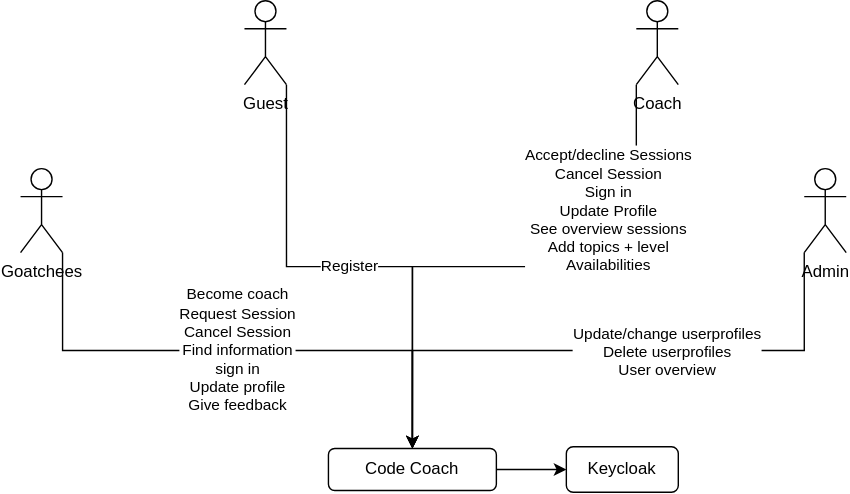
Before: documentation/context-diagram.svg, a diagram exported from draw.io (J-chem/codecoach_lucia_and_the_dwaynians). Source tidied: cells renumbered, new cells last; positions are measured from the earlier drawing's top-left corner, leaving out a move shared by most shapes. The source it was exported from:
```xml
<mxGraphModel>
  <root>
    <mxCell id="0" />
    <mxCell id="1" parent="0" />
    <mxCell id="2" style="edgeStyle=orthogonalEdgeStyle;rounded=0;jettySize=auto;html=1;exitX=1;exitY=0.5;exitDx=0;exitDy=0;" parent="1" edge="1" source="3" target="13">
      <mxGeometry relative="1" as="geometry" />
    </mxCell>
    <mxCell id="3" value="Code Coach" style="rounded=1;whiteSpace=wrap;html=1;" parent="1" vertex="1">
      <mxGeometry x="220" y="320" width="120" height="30" as="geometry" />
    </mxCell>
    <mxCell id="4" value="Become coach&lt;br&gt;Request Session&lt;br&gt;Cancel Session&lt;br&gt;Find information&lt;br&gt;sign in&lt;br&gt;Update profile&lt;br&gt;Give feedback" style="edgeStyle=orthogonalEdgeStyle;rounded=0;jettySize=auto;html=1;exitX=1;exitY=1;exitDx=0;exitDy=0;exitPerimeter=0;entryX=0.5;entryY=0;entryDx=0;entryDy=0;" parent="1" edge="1" source="5" target="3">
      <mxGeometry relative="1" as="geometry" />
    </mxCell>
    <mxCell id="5" value="Goatchees" style="shape=umlActor;verticalLabelPosition=bottom;verticalAlign=top;html=1;outlineConnect=0;" parent="1" vertex="1">
      <mxGeometry y="120" width="30" height="60" as="geometry" />
    </mxCell>
    <mxCell id="6" value="Accept/decline Sessions&lt;br&gt;Cancel Session&lt;br&gt;Sign in&lt;br&gt;Update Profile&lt;br&gt;See overview sessions&lt;br&gt;Add topics + level&lt;br&gt;Availabilities" style="edgeStyle=orthogonalEdgeStyle;rounded=0;jettySize=auto;html=1;exitX=0;exitY=1;exitDx=0;exitDy=0;exitPerimeter=0;" parent="1" edge="1" source="7">
      <mxGeometry x="-0.57" y="-20" relative="1" as="geometry">
        <mxPoint x="280" y="320" as="targetPoint" />
      </mxGeometry>
    </mxCell>
    <mxCell id="7" value="Coach" style="shape=umlActor;verticalLabelPosition=bottom;verticalAlign=top;html=1;outlineConnect=0;" parent="1" vertex="1">
      <mxGeometry x="440" width="30" height="60" as="geometry" />
    </mxCell>
    <mxCell id="8" value="Register" style="edgeStyle=orthogonalEdgeStyle;rounded=0;jettySize=auto;html=1;exitX=1;exitY=1;exitDx=0;exitDy=0;exitPerimeter=0;" parent="1" edge="1" source="9">
      <mxGeometry relative="1" as="geometry">
        <mxPoint x="280" y="320" as="targetPoint" />
      </mxGeometry>
    </mxCell>
    <mxCell id="9" value="Guest" style="shape=umlActor;verticalLabelPosition=bottom;verticalAlign=top;html=1;outlineConnect=0;" parent="1" vertex="1">
      <mxGeometry x="160" width="30" height="60" as="geometry" />
    </mxCell>
    <mxCell id="10" style="edgeStyle=orthogonalEdgeStyle;rounded=0;jettySize=auto;html=1;exitX=0;exitY=1;exitDx=0;exitDy=0;exitPerimeter=0;" parent="1" edge="1" source="12">
      <mxGeometry relative="1" as="geometry">
        <mxPoint x="280" y="320" as="targetPoint" />
      </mxGeometry>
    </mxCell>
    <mxCell id="11" value="Update/change userprofiles&lt;br&gt;Delete userprofiles&lt;br&gt;User overview" style="edgeLabel;html=1;align=center;verticalAlign=middle;" parent="10" vertex="1">
      <mxGeometry x="-0.2" y="1" relative="1" as="geometry" />
    </mxCell>
    <mxCell id="12" value="Admin" style="shape=umlActor;verticalLabelPosition=bottom;verticalAlign=top;html=1;outlineConnect=0;" parent="1" vertex="1">
      <mxGeometry x="560" y="120" width="30" height="60" as="geometry" />
    </mxCell>
    <mxCell id="13" value="Keycloak" style="rounded=1;whiteSpace=wrap;html=1;" parent="1" vertex="1">
      <mxGeometry x="390" y="318.8" width="80" height="32.5" as="geometry" />
    </mxCell>
  </root>
</mxGraphModel>
```
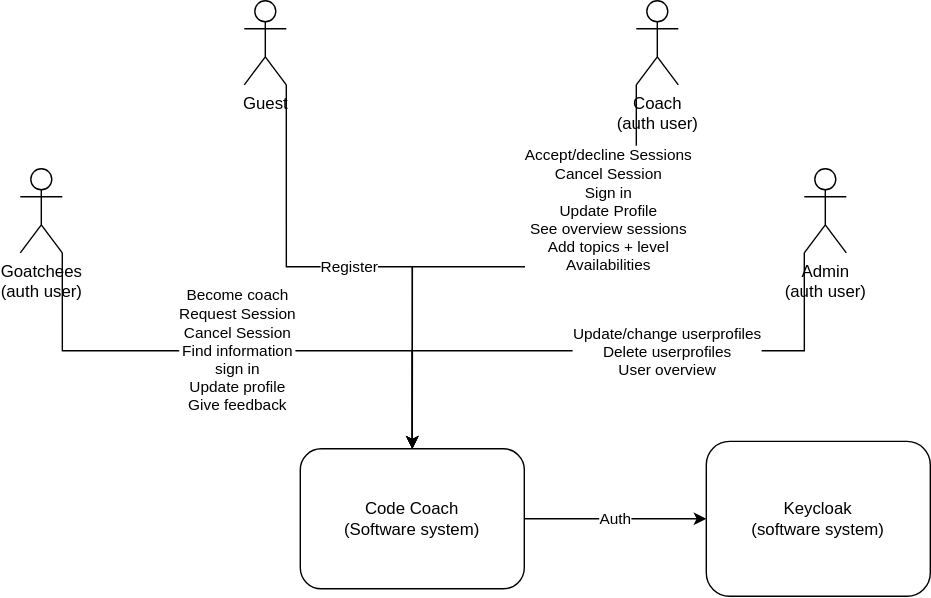
The same file after the commit.

Commit message:
JC - context-diagram

Diff of the diagram source:
```diff
@@ -2,16 +2,16 @@
   <root>
     <mxCell id="0" />
     <mxCell id="1" parent="0" />
-    <mxCell id="2" style="edgeStyle=orthogonalEdgeStyle;rounded=0;jettySize=auto;html=1;exitX=1;exitY=0.5;exitDx=0;exitDy=0;" parent="1" edge="1" source="3" target="13">
+    <mxCell id="2" value="Auth" style="edgeStyle=orthogonalEdgeStyle;rounded=0;jettySize=auto;html=1;exitX=1;exitY=0.5;exitDx=0;exitDy=0;" parent="1" edge="1" source="3" target="13">
       <mxGeometry relative="1" as="geometry" />
     </mxCell>
-    <mxCell id="3" value="Code Coach" style="rounded=1;whiteSpace=wrap;html=1;" parent="1" vertex="1">
-      <mxGeometry x="220" y="320" width="120" height="30" as="geometry" />
+    <mxCell id="3" value="Code Coach&lt;br&gt;(Software system)" style="rounded=1;whiteSpace=wrap;html=1;" parent="1" vertex="1">
+      <mxGeometry x="200" y="320" width="160" height="100" as="geometry" />
     </mxCell>
     <mxCell id="4" value="Become coach&lt;br&gt;Request Session&lt;br&gt;Cancel Session&lt;br&gt;Find information&lt;br&gt;sign in&lt;br&gt;Update profile&lt;br&gt;Give feedback" style="edgeStyle=orthogonalEdgeStyle;rounded=0;jettySize=auto;html=1;exitX=1;exitY=1;exitDx=0;exitDy=0;exitPerimeter=0;entryX=0.5;entryY=0;entryDx=0;entryDy=0;" parent="1" edge="1" source="5" target="3">
       <mxGeometry relative="1" as="geometry" />
     </mxCell>
-    <mxCell id="5" value="Goatchees" style="shape=umlActor;verticalLabelPosition=bottom;verticalAlign=top;html=1;outlineConnect=0;" parent="1" vertex="1">
+    <mxCell id="5" value="Goatchees&lt;br&gt;(auth user)" style="shape=umlActor;verticalLabelPosition=bottom;verticalAlign=top;html=1;outlineConnect=0;" parent="1" vertex="1">
       <mxGeometry y="120" width="30" height="60" as="geometry" />
     </mxCell>
     <mxCell id="6" value="Accept/decline Sessions&lt;br&gt;Cancel Session&lt;br&gt;Sign in&lt;br&gt;Update Profile&lt;br&gt;See overview sessions&lt;br&gt;Add topics + level&lt;br&gt;Availabilities" style="edgeStyle=orthogonalEdgeStyle;rounded=0;jettySize=auto;html=1;exitX=0;exitY=1;exitDx=0;exitDy=0;exitPerimeter=0;" parent="1" edge="1" source="7">
@@ -19,7 +19,7 @@
         <mxPoint x="280" y="320" as="targetPoint" />
       </mxGeometry>
     </mxCell>
-    <mxCell id="7" value="Coach" style="shape=umlActor;verticalLabelPosition=bottom;verticalAlign=top;html=1;outlineConnect=0;" parent="1" vertex="1">
+    <mxCell id="7" value="Coach&lt;br&gt;(auth user)" style="shape=umlActor;verticalLabelPosition=bottom;verticalAlign=top;html=1;outlineConnect=0;" parent="1" vertex="1">
       <mxGeometry x="440" width="30" height="60" as="geometry" />
     </mxCell>
     <mxCell id="8" value="Register" style="edgeStyle=orthogonalEdgeStyle;rounded=0;jettySize=auto;html=1;exitX=1;exitY=1;exitDx=0;exitDy=0;exitPerimeter=0;" parent="1" edge="1" source="9">
@@ -38,11 +38,11 @@
     <mxCell id="11" value="Update/change userprofiles&lt;br&gt;Delete userprofiles&lt;br&gt;User overview" style="edgeLabel;html=1;align=center;verticalAlign=middle;" parent="10" vertex="1">
       <mxGeometry x="-0.2" y="1" relative="1" as="geometry" />
     </mxCell>
-    <mxCell id="12" value="Admin" style="shape=umlActor;verticalLabelPosition=bottom;verticalAlign=top;html=1;outlineConnect=0;" parent="1" vertex="1">
+    <mxCell id="12" value="Admin&lt;br&gt;(auth user)" style="shape=umlActor;verticalLabelPosition=bottom;verticalAlign=top;html=1;outlineConnect=0;" parent="1" vertex="1">
       <mxGeometry x="560" y="120" width="30" height="60" as="geometry" />
     </mxCell>
-    <mxCell id="13" value="Keycloak" style="rounded=1;whiteSpace=wrap;html=1;" parent="1" vertex="1">
-      <mxGeometry x="390" y="318.8" width="80" height="32.5" as="geometry" />
+    <mxCell id="13" value="Keycloak&lt;br&gt;(software system)&lt;br&gt;" style="rounded=1;whiteSpace=wrap;html=1;" parent="1" vertex="1">
+      <mxGeometry x="490" y="314.7" width="160" height="110.6" as="geometry" />
     </mxCell>
   </root>
 </mxGraphModel>
```
